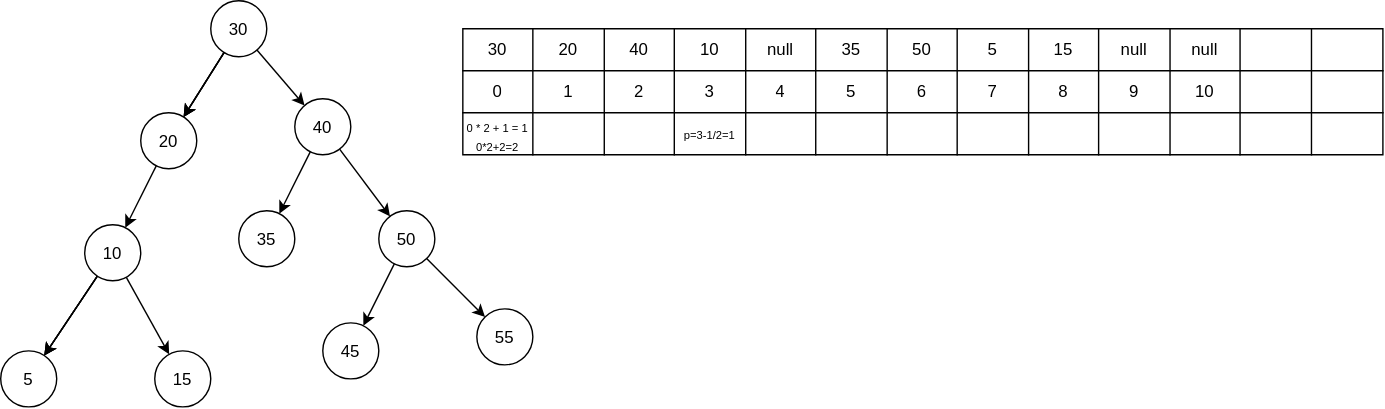
Before: База/Структуры данных/2. Быстро находить данные и проверять условия/2.3. Проверять принадлежность и уникальность/Множество (Set)/binary-tree.drawio.svg, a diagram exported from draw.io (kosukhin/catalog). Source tidied: cells renumbered, new cells last; positions are measured from the earlier drawing's top-left corner, leaving out a move shared by most shapes.
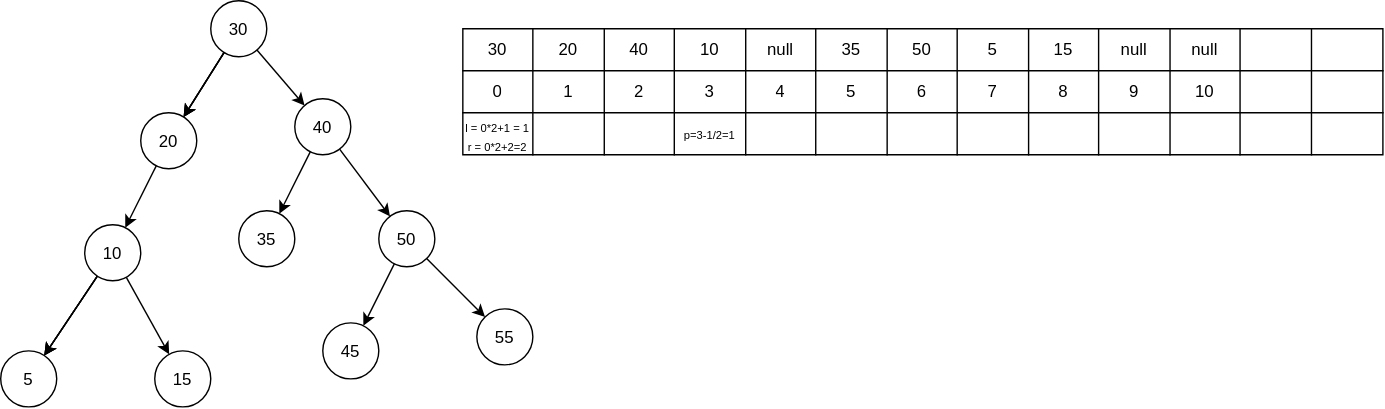
The same file after the commit.

What changed in the source:
```diff
@@ -161,7 +161,7 @@
     <mxCell id="54" style="shape=tableRow;horizontal=0;startSize=0;swimlaneHead=0;swimlaneBody=0;strokeColor=inherit;fillColor=none;fixedHeader=1;" parent="25" vertex="1">
       <mxGeometry y="60" width="657" height="30" as="geometry" />
     </mxCell>
-    <mxCell id="55" value="&lt;font style=&quot;font-size: 8px;&quot;&gt;0 * 2 + 1 = 1&lt;/font&gt;&lt;div&gt;&lt;font style=&quot;font-size: 8px;&quot;&gt;0*2+2=2&lt;/font&gt;&lt;/div&gt;" style="shape=partialRectangle;html=1;whiteSpace=wrap;strokeColor=inherit;overflow=hidden;fillColor=none;" parent="54" vertex="1">
+    <mxCell id="55" value="&lt;font style=&quot;font-size: 8px;&quot;&gt;l = 0*2+1 = 1&lt;/font&gt;&lt;div&gt;&lt;font style=&quot;font-size: 8px;&quot;&gt;r = 0*2+2=2&lt;/font&gt;&lt;/div&gt;" style="shape=partialRectangle;html=1;whiteSpace=wrap;strokeColor=inherit;overflow=hidden;fillColor=none;" parent="54" vertex="1">
       <mxGeometry width="50" height="30" as="geometry" />
     </mxCell>
     <mxCell id="56" style="shape=partialRectangle;html=1;whiteSpace=wrap;strokeColor=inherit;overflow=hidden;fillColor=none;" parent="54" vertex="1">
```
